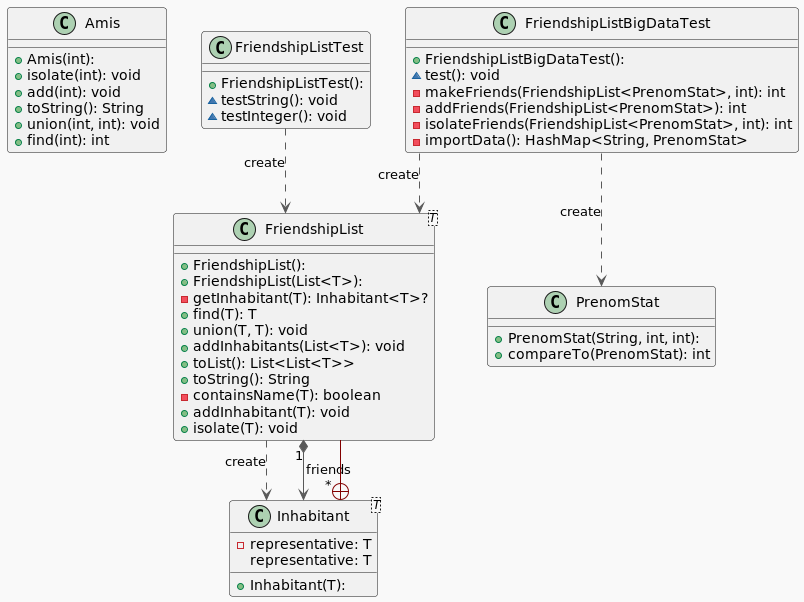
Above: diagramm.png in TorielLink/Union-find_Improved (PlantUML), before the change.
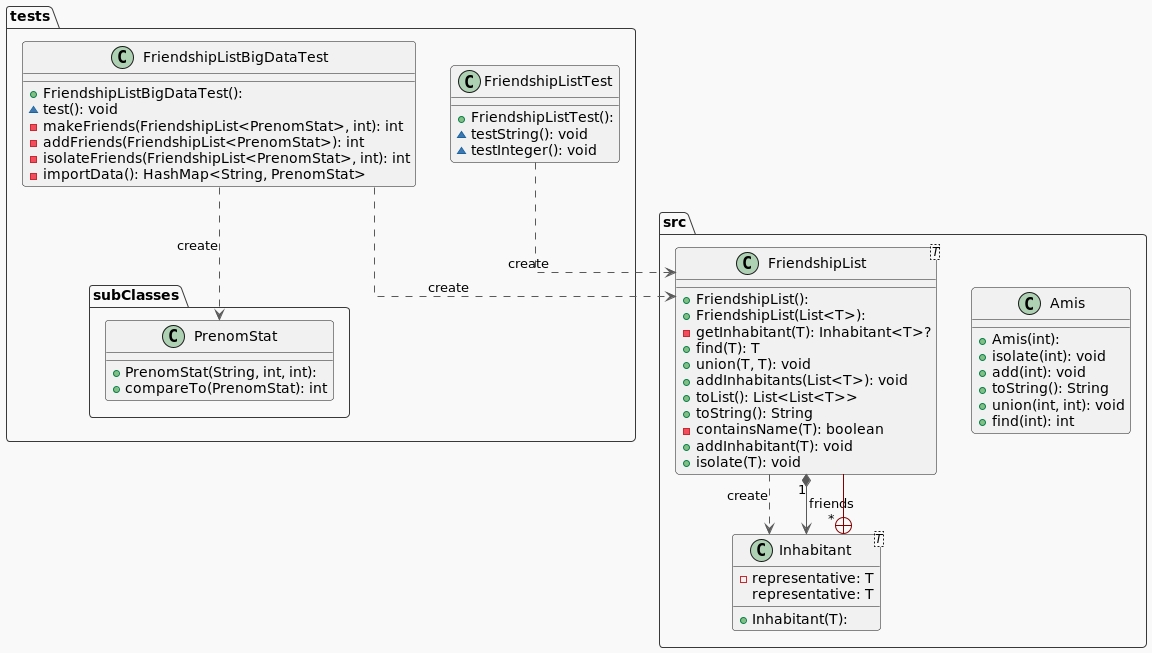
After the commit.

The edit, as a diff of the source:
```diff
@@ -4,50 +4,55 @@
 top to bottom direction
 skinparam linetype ortho
 
-class Amis {
-  + Amis(int):
-  + isolate(int): void
-  + add(int): void
-  + toString(): String
-  + union(int, int): void
-  + find(int): int
+package src {
+    class Amis {
+      + Amis(int):
+      + isolate(int): void
+      + add(int): void
+      + toString(): String
+      + union(int, int): void
+      + find(int): int
+    }
+    class FriendshipList<T> {
+      + FriendshipList():
+      + FriendshipList(List<T>):
+      - getInhabitant(T): Inhabitant<T>?
+      + find(T): T
+      + union(T, T): void
+      + addInhabitants(List<T>): void
+      + toList(): List<List<T>>
+      + toString(): String
+      - containsName(T): boolean
+      + addInhabitant(T): void
+      + isolate(T): void
+    }
+    class Inhabitant<T> {
+      + Inhabitant(T):
+      - representative: T
+       representative: T
+    }
 }
-class FriendshipList<T> {
-  + FriendshipList():
-  + FriendshipList(List<T>):
-  - getInhabitant(T): Inhabitant<T>?
-  + find(T): T
-  + union(T, T): void
-  + addInhabitants(List<T>): void
-  + toList(): List<List<T>>
-  + toString(): String
-  - containsName(T): boolean
-  + addInhabitant(T): void
-  + isolate(T): void
+package tests {
+    class FriendshipListBigDataTest {
+      + FriendshipListBigDataTest():
+      ~ test(): void
+      - makeFriends(FriendshipList<PrenomStat>, int): int
+      - addFriends(FriendshipList<PrenomStat>): int
+      - isolateFriends(FriendshipList<PrenomStat>, int): int
+      - importData(): HashMap<String, PrenomStat>
+    }
+    class FriendshipListTest {
+      + FriendshipListTest():
+      ~ testString(): void
+      ~ testInteger(): void
+    }
+    package tests.subClasses {
+        class PrenomStat {
+          + PrenomStat(String, int, int):
+          + compareTo(PrenomStat): int
+        }
+    }
 }
-class FriendshipListBigDataTest {
-  + FriendshipListBigDataTest():
-  ~ test(): void
-  - makeFriends(FriendshipList<PrenomStat>, int): int
-  - addFriends(FriendshipList<PrenomStat>): int
-  - isolateFriends(FriendshipList<PrenomStat>, int): int
-  - importData(): HashMap<String, PrenomStat>
-}
-class FriendshipListTest {
-  + FriendshipListTest():
-  ~ testString(): void
-  ~ testInteger(): void
-}
-class Inhabitant<T> {
-  + Inhabitant(T):
-  - representative: T
-   representative: T
-}
-class PrenomStat {
-  + PrenomStat(String, int, int):
-  + compareTo(PrenomStat): int
-}
-
 FriendshipList             -[#595959,dashed]->  Inhabitant                : "«create»"
 FriendshipList            "1" *-[#595959,plain]-> "friends\n*" Inhabitant
 FriendshipListBigDataTest  -[#595959,dashed]->  FriendshipList            : "«create»"
```
